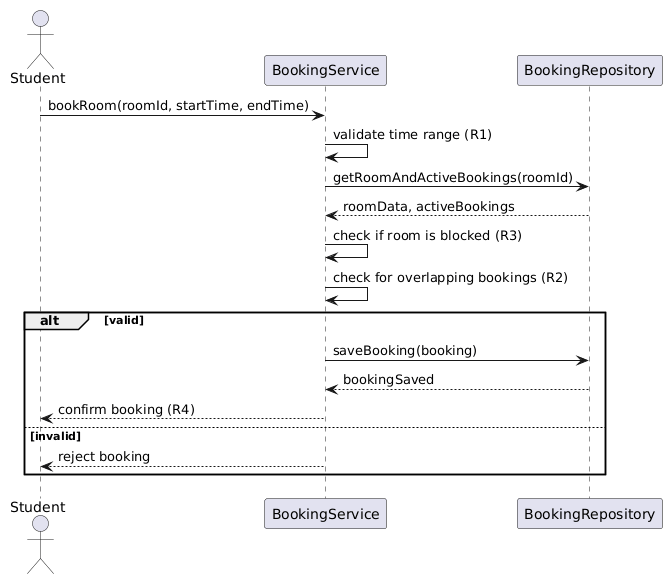
Earlier version of the PlantUML export week-04/models/img/sequence.png (Kazbekio/se-practice). Its diagram source:
```plantuml
@startuml
actor Student
participant BookingService
participant BookingRepository

Student -> BookingService : bookRoom(roomId, startTime, endTime)

BookingService -> BookingService : validate time range (R1)

BookingService -> BookingRepository : getRoomAndActiveBookings(roomId)
BookingRepository --> BookingService : roomData, activeBookings

BookingService -> BookingService : check if room is blocked (R3)
BookingService -> BookingService : check for overlapping bookings (R2)

alt valid
    BookingService -> BookingRepository : saveBooking(booking)
    BookingRepository --> BookingService : bookingSaved
    BookingService --> Student : confirm booking (R4)
else invalid
    BookingService --> Student : reject booking
end
@enduml
```
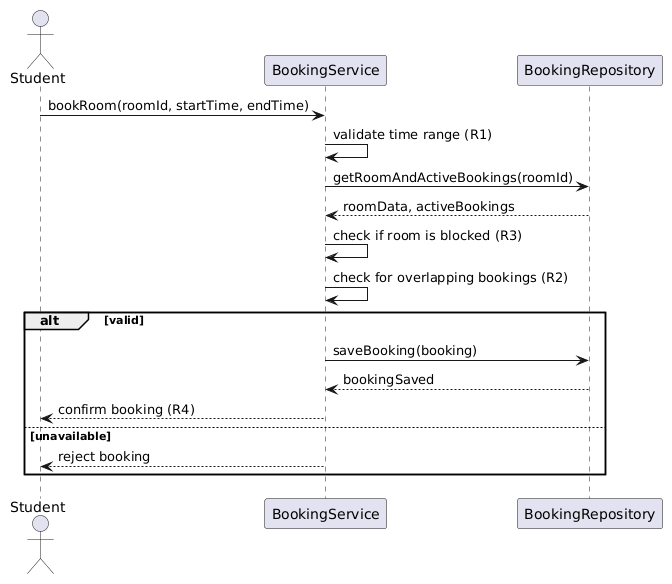
Above is the later version.

Change to the diagram source:
```diff
@@ -17,7 +17,7 @@
     BookingService -> BookingRepository : saveBooking(booking)
     BookingRepository --> BookingService : bookingSaved
     BookingService --> Student : confirm booking (R4)
-else invalid
+else unavailable
     BookingService --> Student : reject booking
 end
 @enduml
```
